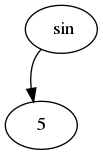
The Graphviz diagram diff/tree.png in alextroegubov/Technotrack-C-course, before a commit. Its source is kept beside it as diff/tree.dot. Source of this version:
```dot
digraph G {
94632808453776[label = "5"]
94632808453856[label = " sin"]
94632808453856:sw ->94632808453776;

}
```
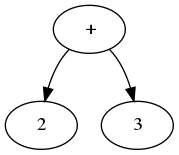
Later version of the same file.

Diff of the diagram source:
```diff
@@ -1,6 +1,8 @@
 digraph G {
-94632808453776[label = "5"]
-94632808453856[label = " sin"]
-94632808453856:sw ->94632808453776;
+94896090318480[label = "2"]
+94896090318640[label = " +"]
+94896090318640:sw ->94896090318480;
+94896090318640:se ->94896090318560;
+94896090318560[label = "3"]
 
 }
```
